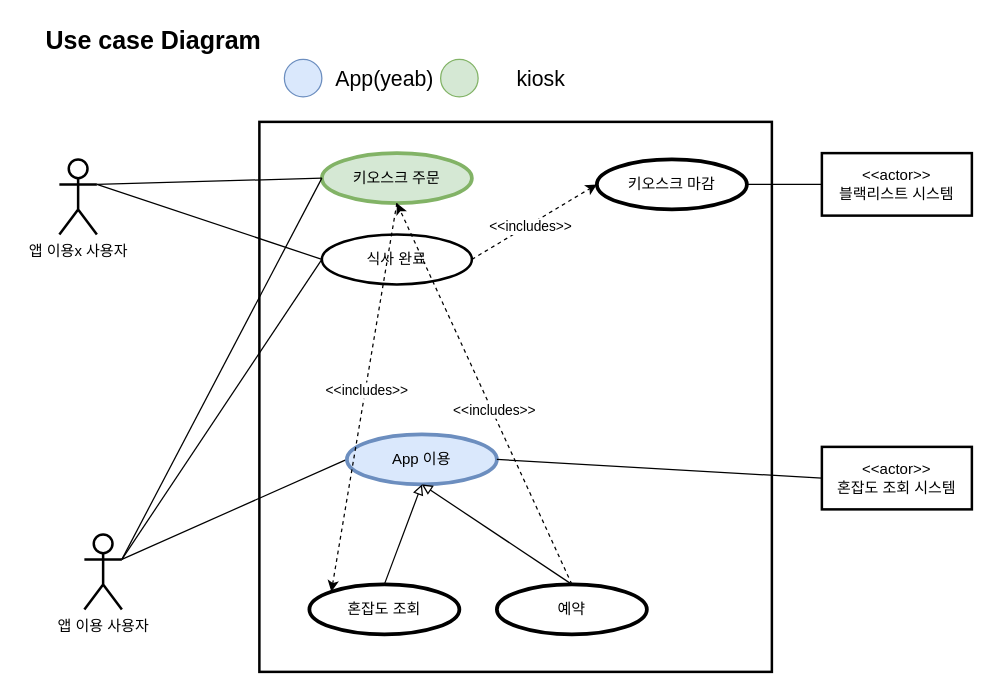
Above: usecaseDiagram.drawio in StrongCatWill/SWProject (draw.io), before the change. Source tidied: cells renumbered, new cells numbered last; positions are measured from the earlier drawing's top-left corner, leaving out a move shared by most shapes. Both pictures are drawn from the tidied source at 125%, with x=0, y=0 at pixel (34, 21).
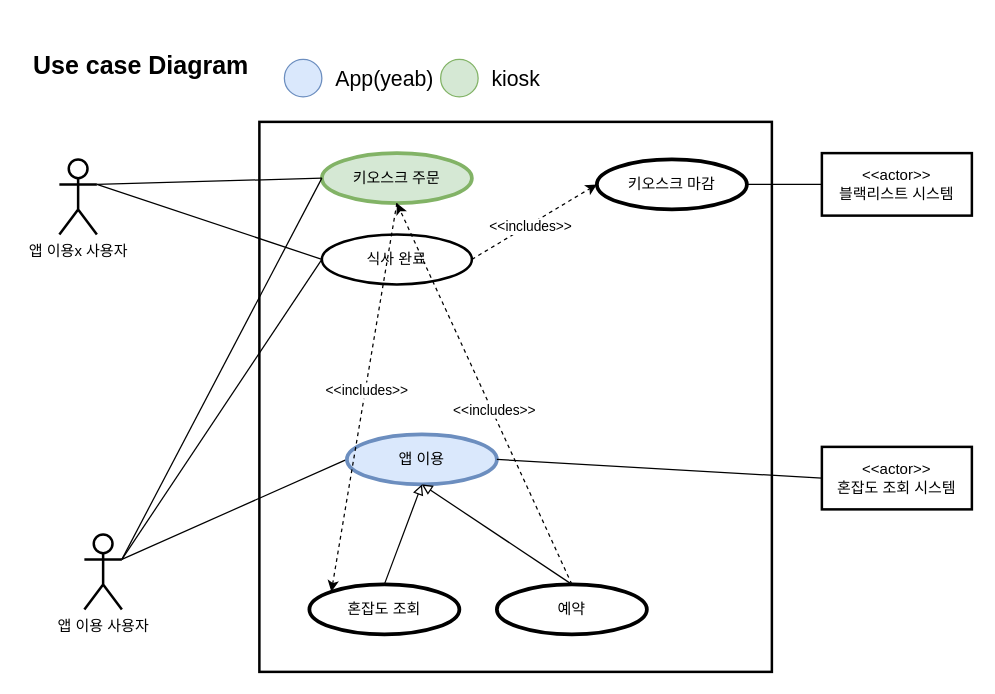
Above is the later version.

Change to the diagram source:
```diff
@@
-    <mxCell id="6" value="App 이용" style="ellipse;whiteSpace=wrap;html=1;strokeWidth=3;fillColor=#dae8fc;strokeColor=#6c8ebf;" parent="1" vertex="1">
+    <mxCell id="6" value="앱 이용" style="ellipse;whiteSpace=wrap;html=1;strokeWidth=3;fillColor=#dae8fc;strokeColor=#6c8ebf;" parent="1" vertex="1">
       <mxGeometry x="250" y="330" width="120" height="40" as="geometry" />
     </mxCell>
@@
     <mxCell id="28" value="&lt;b&gt;&lt;font style=&quot;font-size: 20px&quot;&gt;Use case Diagram&lt;/font&gt;&lt;/b&gt;" style="text;html=1;align=center;verticalAlign=middle;strokeColor=none;fillColor=none;fontSize=18;" parent="1" vertex="1">
-      <mxGeometry width="190" height="30" as="geometry" />
+      <mxGeometry x="-10" y="20" width="190" height="30" as="geometry" />
     </mxCell>
@@
     <mxCell id="32" value="&lt;span style=&quot;font-size: 17px&quot;&gt;kiosk&lt;/span&gt;" style="text;html=1;align=center;verticalAlign=middle;strokeColor=none;fillColor=none;fontSize=20;" parent="1" vertex="1">
-      <mxGeometry x="380" y="30" width="50" height="30" as="geometry" />
+      <mxGeometry x="360" y="30" width="50" height="30" as="geometry" />
     </mxCell>
```
